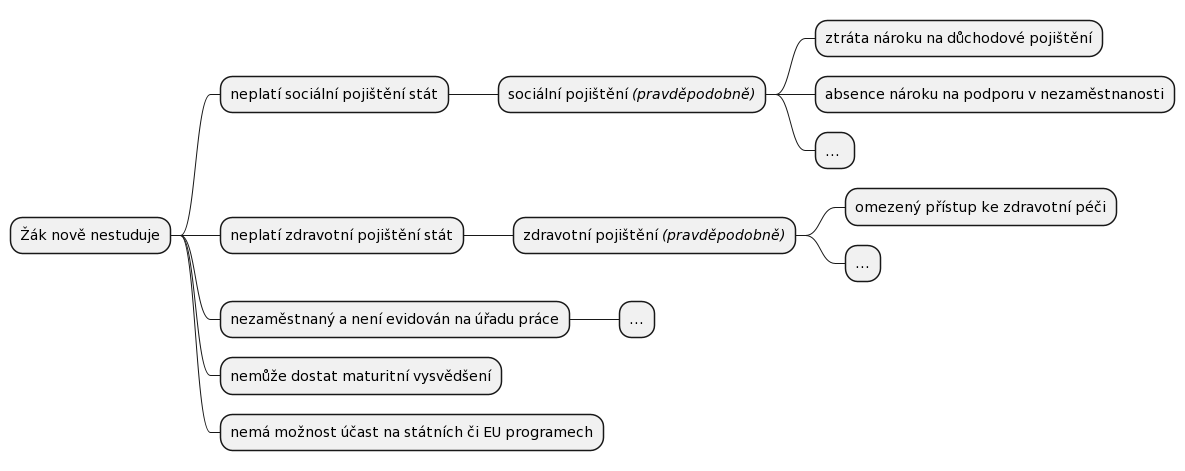
Above: img/dusledky-nestudia.png in DanielADK/tul-prj (PlantUML), before the change.
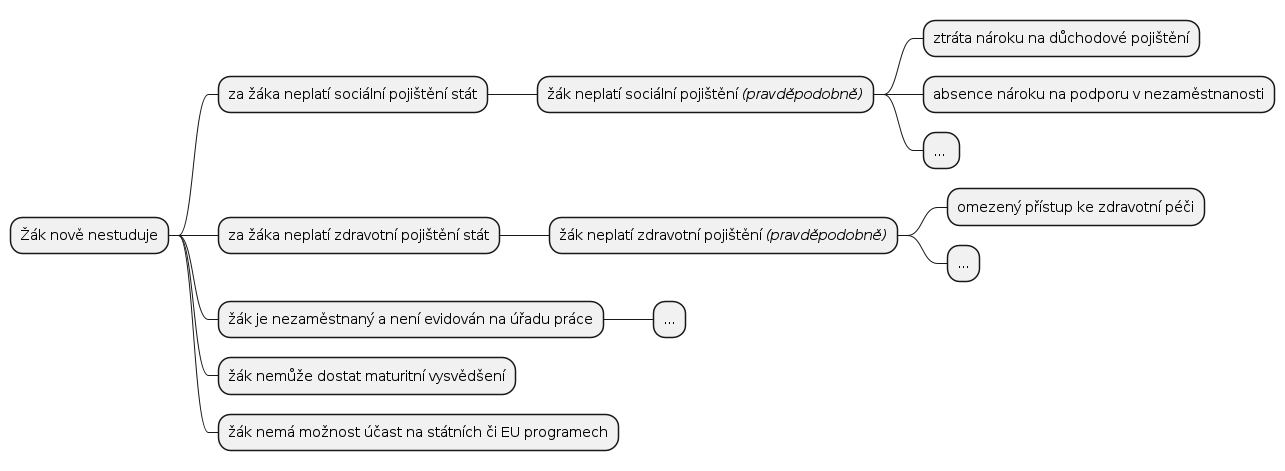
The same file after the commit.

Commit message:
generated diagrams

Diff of the diagram source:
```diff
@@ -1,16 +1,16 @@
 @startmindmap
 * Žák nově nestuduje
-** neplatí sociální pojištění stát
-*** sociální pojištění <i>(pravděpodobně)</i>
+** za žáka neplatí sociální pojištění stát
+*** žák neplatí sociální pojištění <i>(pravděpodobně)</i>
 **** ztráta nároku na důchodové pojištění
 **** absence nároku na podporu v nezaměstnanosti
 **** ...
-** neplatí zdravotní pojištění stát
-*** zdravotní pojištění <i>(pravděpodobně)</i>
+** za žáka neplatí zdravotní pojištění stát
+*** žák neplatí zdravotní pojištění <i>(pravděpodobně)</i>
 **** omezený přístup ke zdravotní péči
 **** ...
-** nezaměstnaný a není evidován na úřadu práce
+** žák je nezaměstnaný a není evidován na úřadu práce
 *** ...
-** nemůže dostat maturitní vysvědšení
-** nemá možnost účast na státních či EU programech
+** žák nemůže dostat maturitní vysvědšení
+** žák nemá možnost účast na státních či EU programech
 @endmindmap
```
